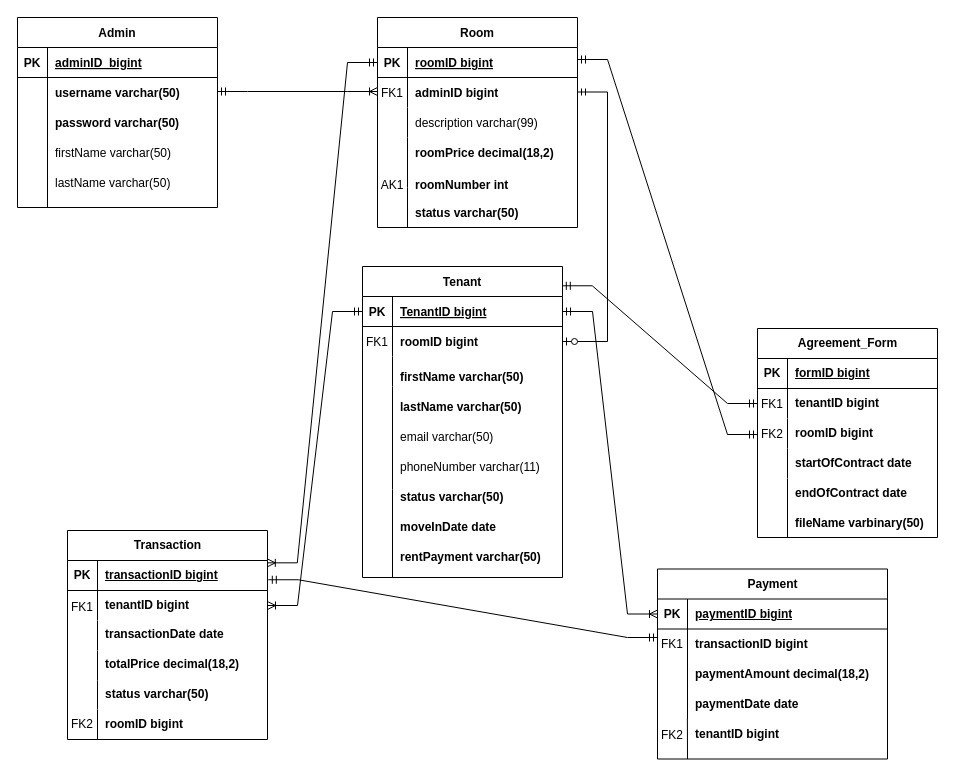
Above: ERD.drawio in Beskiit/DIAGRAMS (draw.io), before the change. Source tidied: cells renumbered, new cells numbered last; positions are measured from the earlier drawing's top-left corner, leaving out a move shared by most shapes. Both pictures are drawn from the tidied source at 100%, with x=0, y=0 at pixel (17, 17).
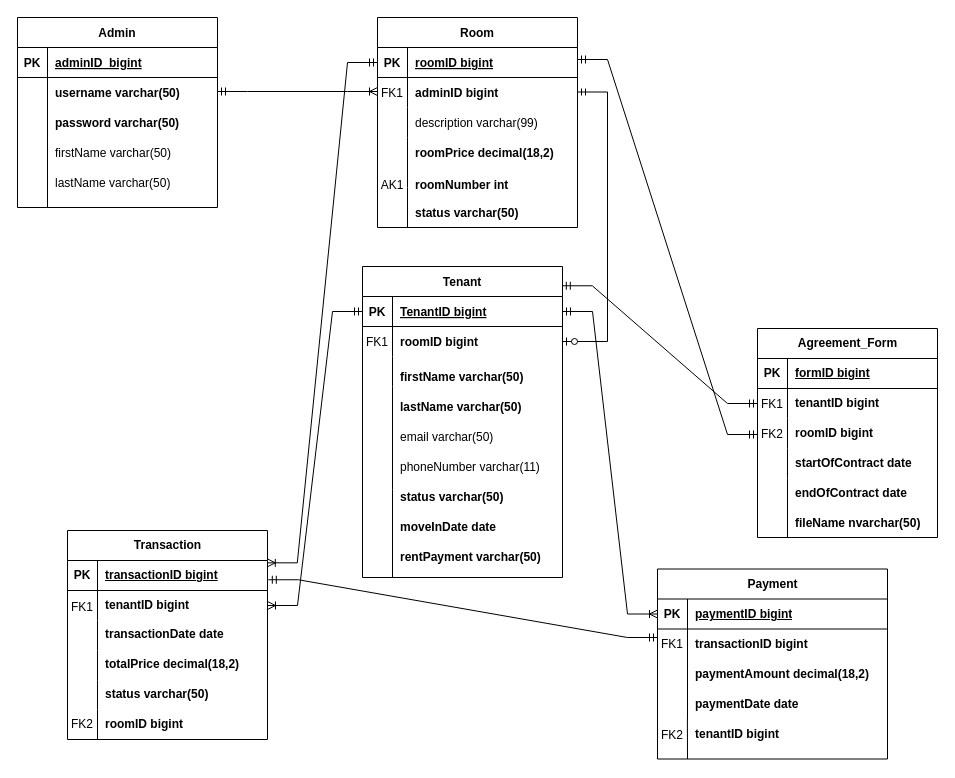
The same diagram, later.

What changed in the source:
```diff
@@
-    <mxCell id="123" value="&lt;b&gt;fileName varbinary(50)&lt;/b&gt;" style="shape=partialRectangle;fillColor=none;top=0;left=0;bottom=0;right=0;align=left;spacingLeft=6;overflow=hidden;whiteSpace=wrap;html=1;" parent="1" vertex="1">
+    <mxCell id="123" value="&lt;b&gt;fileName nvarchar(50)&lt;/b&gt;" style="shape=partialRectangle;fillColor=none;top=0;left=0;bottom=0;right=0;align=left;spacingLeft=6;overflow=hidden;whiteSpace=wrap;html=1;" parent="1" vertex="1">
       <mxGeometry x="770" y="491" width="150" height="30" as="geometry" />
     </mxCell>
```
